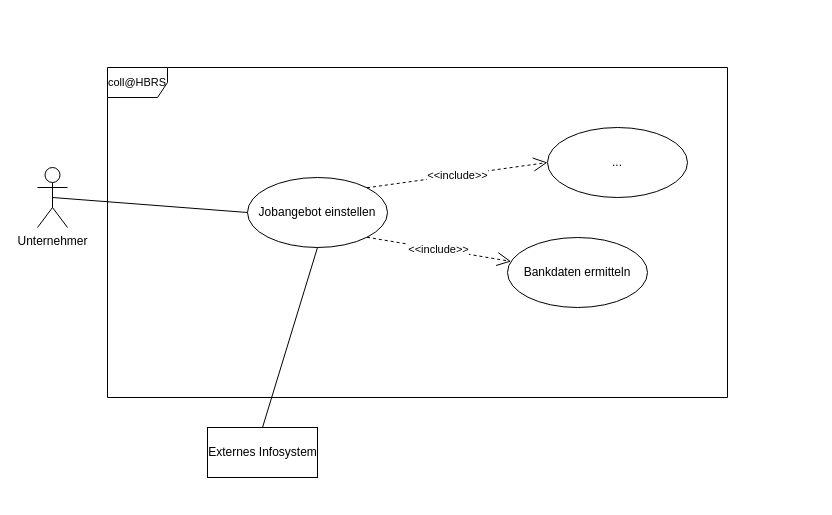
The draw.io diagram Übung_6_1.drawio in dabels2s/studentOFHBRS, before the edit. Source tidied: cells renumbered, new cells numbered last; positions are measured from the earlier drawing's top-left corner, leaving out a move shared by most shapes. Both pictures are drawn from the tidied source at 100%, with x=0, y=0 at pixel (37, 67).
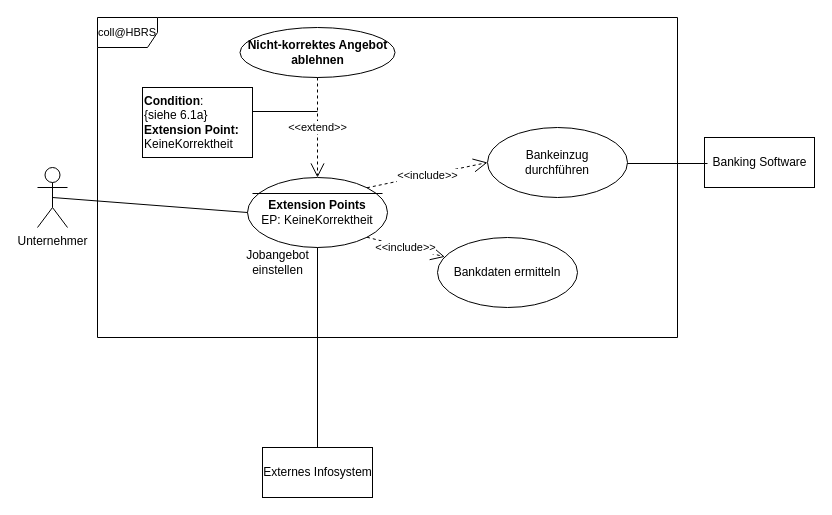
After the change.

Diff of the diagram source:
```diff
@@
 <mxGraphModel>
   <root>
     <mxCell id="0" />
     <mxCell id="1" parent="0" />
     <mxCell id="2" value="Unternehmer" style="shape=umlActor;verticalLabelPosition=bottom;verticalAlign=top;html=1;" parent="1" vertex="1">
       <mxGeometry y="100" width="30" height="60" as="geometry" />
     </mxCell>
-    <mxCell id="3" value="Jobangebot einstellen" style="ellipse;whiteSpace=wrap;html=1;" parent="1" vertex="1">
+    <mxCell id="3" value="&lt;b&gt;Extension Points&lt;/b&gt;&lt;br&gt;EP: KeineKorrektheit" style="ellipse;whiteSpace=wrap;html=1;" parent="1" vertex="1">
       <mxGeometry x="210" y="110" width="140" height="70" as="geometry" />
     </mxCell>
     <mxCell id="4" value="Bankdaten ermitteln" style="ellipse;whiteSpace=wrap;html=1;" parent="1" vertex="1">
-      <mxGeometry x="470" y="170" width="140" height="70" as="geometry" />
+      <mxGeometry x="400" y="170" width="140" height="70" as="geometry" />
     </mxCell>
     <mxCell id="5" value="Externes Infosystem" style="html=1;" parent="1" vertex="1">
-      <mxGeometry x="170" y="360" width="110" height="50" as="geometry" />
+      <mxGeometry x="225" y="380" width="110" height="50" as="geometry" />
     </mxCell>
     <mxCell id="6" style="endArrow=none;html=1;exitX=0.5;exitY=0.5;exitDx=0;exitDy=0;exitPerimeter=0;entryX=0;entryY=0.5;entryDx=0;entryDy=0;" parent="1" edge="1" source="2" target="3">
       <mxGeometry relative="1" as="geometry" />
     </mxCell>
     <mxCell id="7" style="endArrow=none;html=1;exitX=0.5;exitY=0;exitDx=0;exitDy=0;entryX=0.5;entryY=1;entryDx=0;entryDy=0;" parent="1" edge="1" source="5" target="3">
       <mxGeometry relative="1" as="geometry" />
     </mxCell>
     <mxCell id="8" value="&amp;lt;&amp;lt;include&amp;gt;&amp;gt;" style="endArrow=open;endSize=12;dashed=1;html=1;exitX=1;exitY=1;exitDx=0;exitDy=0;" parent="1" edge="1" source="3" target="4">
       <mxGeometry relative="1" as="geometry" />
     </mxCell>
     <mxCell id="9" value="&amp;lt;&amp;lt;include&amp;gt;&amp;gt;" style="endArrow=open;endSize=12;dashed=1;html=1;entryX=0;entryY=0.5;entryDx=0;entryDy=0;exitX=1;exitY=0;exitDx=0;exitDy=0;" parent="1" edge="1" source="3" target="10">
       <mxGeometry relative="1" as="geometry" />
     </mxCell>
-    <mxCell id="10" value="..." style="ellipse;whiteSpace=wrap;html=1;" parent="1" vertex="1">
-      <mxGeometry x="510" y="60" width="140" height="70" as="geometry" />
+    <mxCell id="10" value="Bankeinzug&lt;br&gt;durchführen" style="ellipse;whiteSpace=wrap;html=1;" parent="1" vertex="1">
+      <mxGeometry x="450" y="60" width="140" height="70" as="geometry" />
     </mxCell>
     <mxCell id="11" value="&lt;font style=&quot;font-size: 11px&quot;&gt;coll@HBRS&lt;/font&gt;" style="shape=umlFrame;whiteSpace=wrap;html=1;" parent="1" vertex="1">
-      <mxGeometry x="70" width="620" height="330" as="geometry" />
+      <mxGeometry x="60" y="-50" width="580" height="320" as="geometry" />
     </mxCell>
+    <mxCell id="12" style="line;strokeWidth=1;fillColor=none;align=left;verticalAlign=middle;spacingTop=-1;spacingLeft=3;spacingRight=3;labelPosition=right;" parent="1" vertex="1">
+      <mxGeometry x="215" y="122" width="130" height="8" as="geometry" />
+    </mxCell>
+    <mxCell id="13" value="Jobangebot&lt;br&gt;einstellen" style="text;html=1;align=center;verticalAlign=middle;" parent="1" vertex="1">
+      <mxGeometry x="200" y="180" width="80" height="30" as="geometry" />
+    </mxCell>
+    <mxCell id="14" value="&lt;b&gt;Nicht-korrektes Angebot&lt;br&gt;ablehnen&lt;/b&gt;" style="ellipse;whiteSpace=wrap;html=1;" parent="1" vertex="1">
+      <mxGeometry x="202.5" y="-40" width="155" height="50" as="geometry" />
+    </mxCell>
+    <mxCell id="15" value="&amp;lt;&amp;lt;extend&amp;gt;&amp;gt;" style="endArrow=open;endSize=12;dashed=1;html=1;exitX=0.5;exitY=1;exitDx=0;exitDy=0;" parent="1" edge="1" source="14" target="3">
+      <mxGeometry relative="1" as="geometry" />
+    </mxCell>
+    <mxCell id="16" value="&lt;b&gt;Condition&lt;/b&gt;:&lt;br&gt;{siehe 6.1a&lt;font face=&quot;Arial, sans-serif&quot;&gt;}&lt;/font&gt;&lt;br&gt;&lt;b&gt;Extension Point:&lt;/b&gt;&lt;br&gt;&lt;div&gt;&lt;span&gt;KeineKorrektheit&lt;/span&gt;&lt;/div&gt;" style="rounded=0;whiteSpace=wrap;html=1;align=left;" parent="1" vertex="1">
+      <mxGeometry x="105" y="20" width="110" height="70" as="geometry" />
+    </mxCell>
+    <mxCell id="17" style="line;strokeWidth=1;fillColor=none;align=left;verticalAlign=middle;spacingTop=-1;spacingLeft=3;spacingRight=3;labelPosition=right;" parent="1" vertex="1">
+      <mxGeometry x="215" y="40" width="65" height="8" as="geometry" />
+    </mxCell>
+    <mxCell id="18" value="Banking Software" style="html=1;" parent="1" vertex="1">
+      <mxGeometry x="667" y="70" width="110" height="50" as="geometry" />
+    </mxCell>
+    <mxCell id="19" style="line;strokeWidth=1;fillColor=none;align=left;verticalAlign=middle;spacingTop=-1;spacingLeft=3;spacingRight=3;labelPosition=right;" parent="1" vertex="1">
+      <mxGeometry x="590" y="92" width="80" height="8" as="geometry" />
+    </mxCell>
   </root>
 </mxGraphModel>
```
